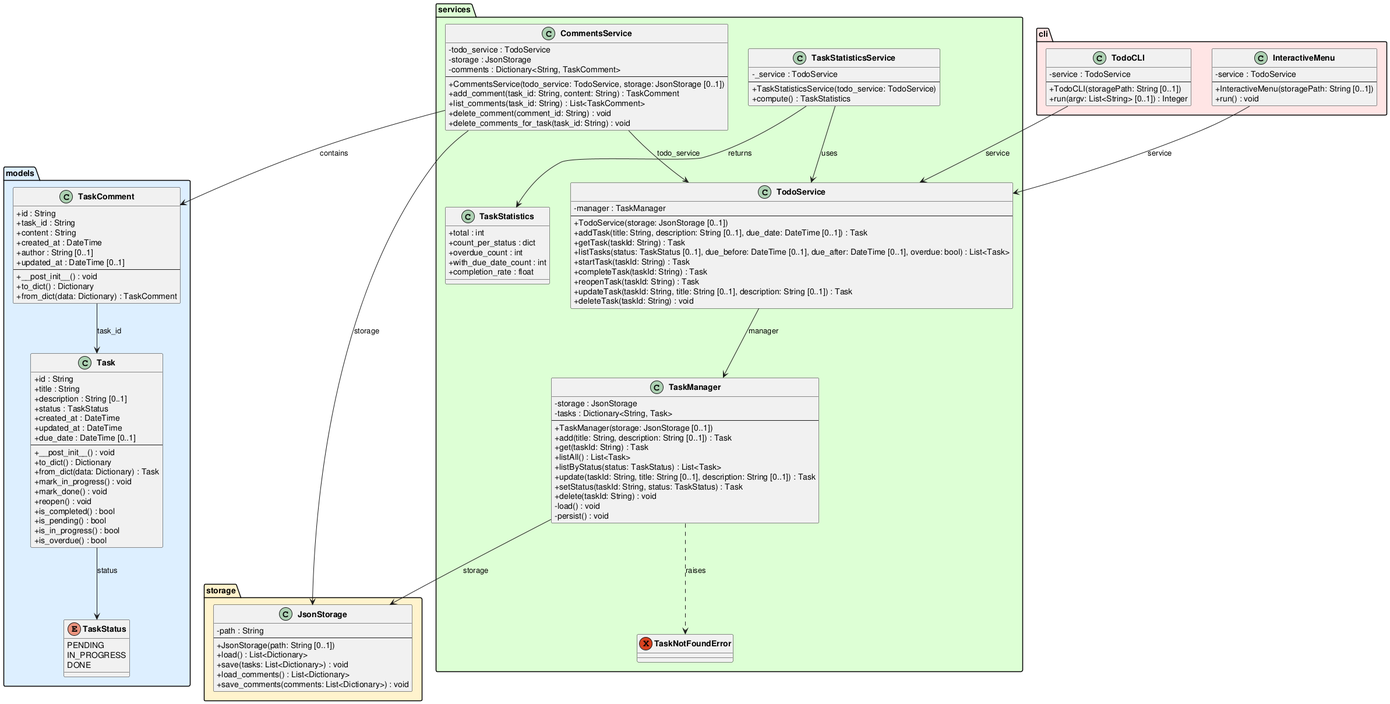
Earlier version of the PlantUML export experiments/pipeline/test_driven/TODO/artifacts/class_diagram.png (DanielRiha8906/Software_autoevolution_using_agents).
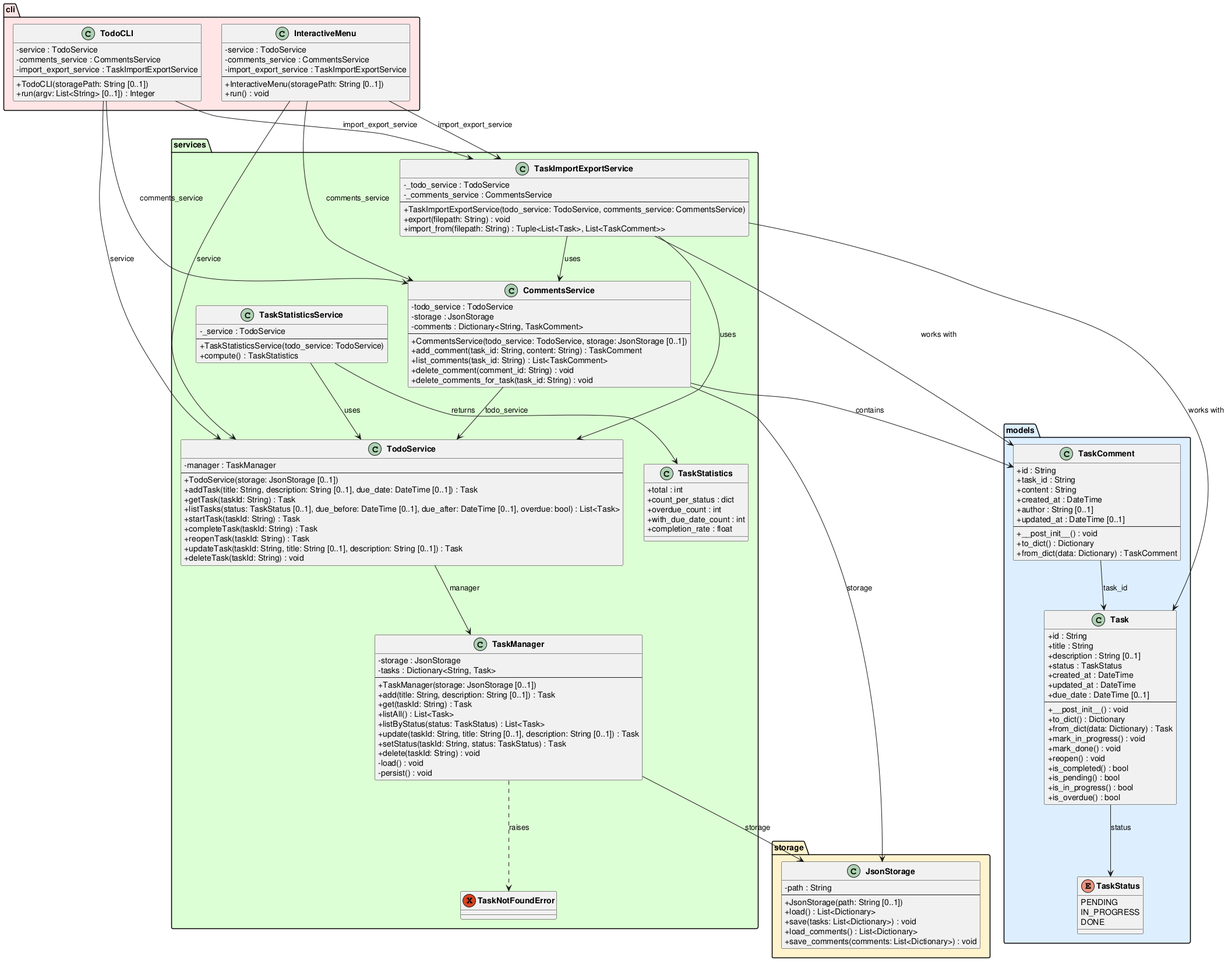
After the commit.

Diff of the diagram source:
```diff
@@ -116,11 +116,22 @@
         +TaskStatisticsService(todo_service: TodoService)
         +compute() : TaskStatistics
     }
+
+    class TaskImportExportService {
+        -_todo_service : TodoService
+        -_comments_service : CommentsService
+        --
+        +TaskImportExportService(todo_service: TodoService, comments_service: CommentsService)
+        +export(filepath: String) : void
+        +import_from(filepath: String) : Tuple<List<Task>, List<TaskComment>>
+    }
 }
 
 package "cli" #FFE5E5 {
     class TodoCLI {
         -service : TodoService
+        -comments_service : CommentsService
+        -import_export_service : TaskImportExportService
         --
         +TodoCLI(storagePath: String [0..1])
         +run(argv: List<String> [0..1]) : Integer
@@ -128,6 +139,8 @@
 
     class InteractiveMenu {
         -service : TodoService
+        -comments_service : CommentsService
+        -import_export_service : TaskImportExportService
         --
         +InteractiveMenu(storagePath: String [0..1])
         +run() : void
@@ -144,7 +157,15 @@
 CommentsService --> TaskComment : contains
 TaskStatisticsService --> TodoService : uses
 TaskStatisticsService --> TaskStatistics : returns
+TaskImportExportService --> TodoService : uses
+TaskImportExportService --> CommentsService : uses
+TaskImportExportService --> Task : works with
+TaskImportExportService --> TaskComment : works with
 TodoCLI --> TodoService : service
+TodoCLI --> CommentsService : comments_service
+TodoCLI --> TaskImportExportService : import_export_service
 InteractiveMenu --> TodoService : service
+InteractiveMenu --> CommentsService : comments_service
+InteractiveMenu --> TaskImportExportService : import_export_service
 
 @enduml
```
